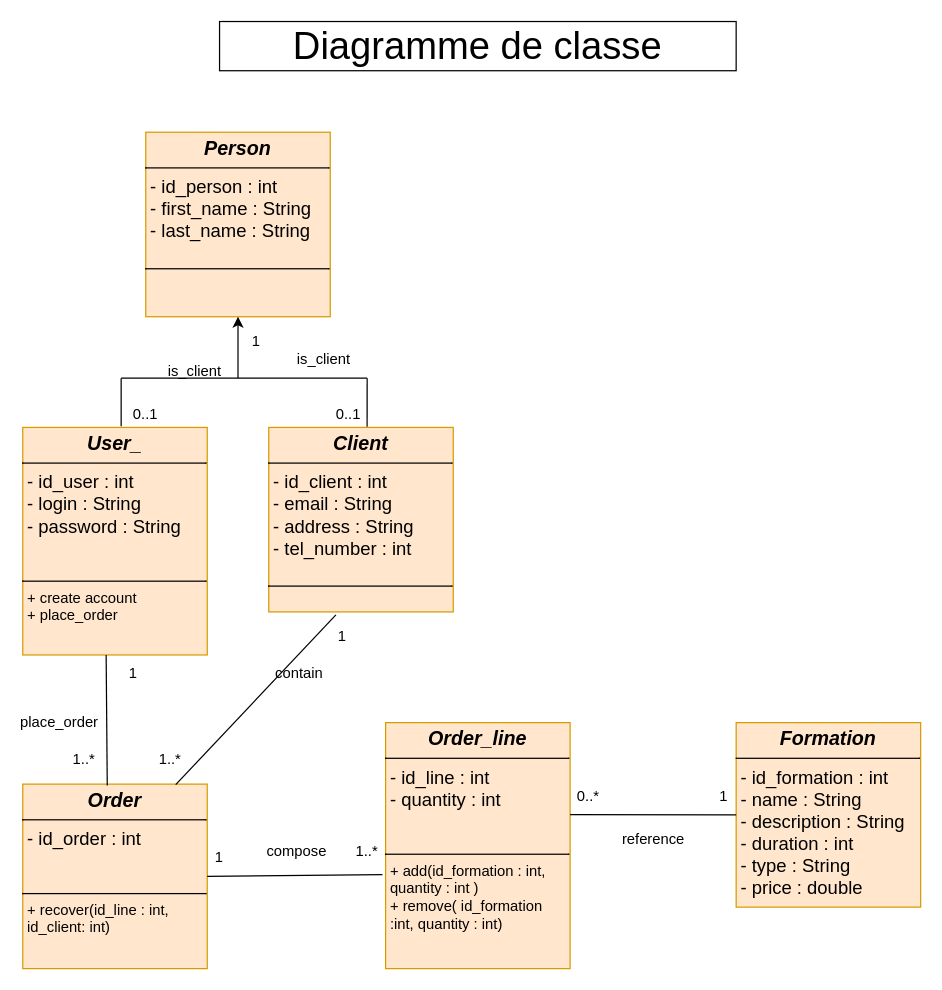
The draw.io diagram page "Diagramme de Classe" (1 of 2) of Conception/Diagrammes/UML_Appli_Formation.drawio in PinsolleP/Evaluation-Appli-Formation, before the edit. Source tidied: cells renumbered, new cells numbered last; positions are measured from the earlier drawing's top-left corner, leaving out a move shared by most shapes. Both pictures are drawn from the tidied source at 123%, with x=0, y=0 at pixel (22, 21).
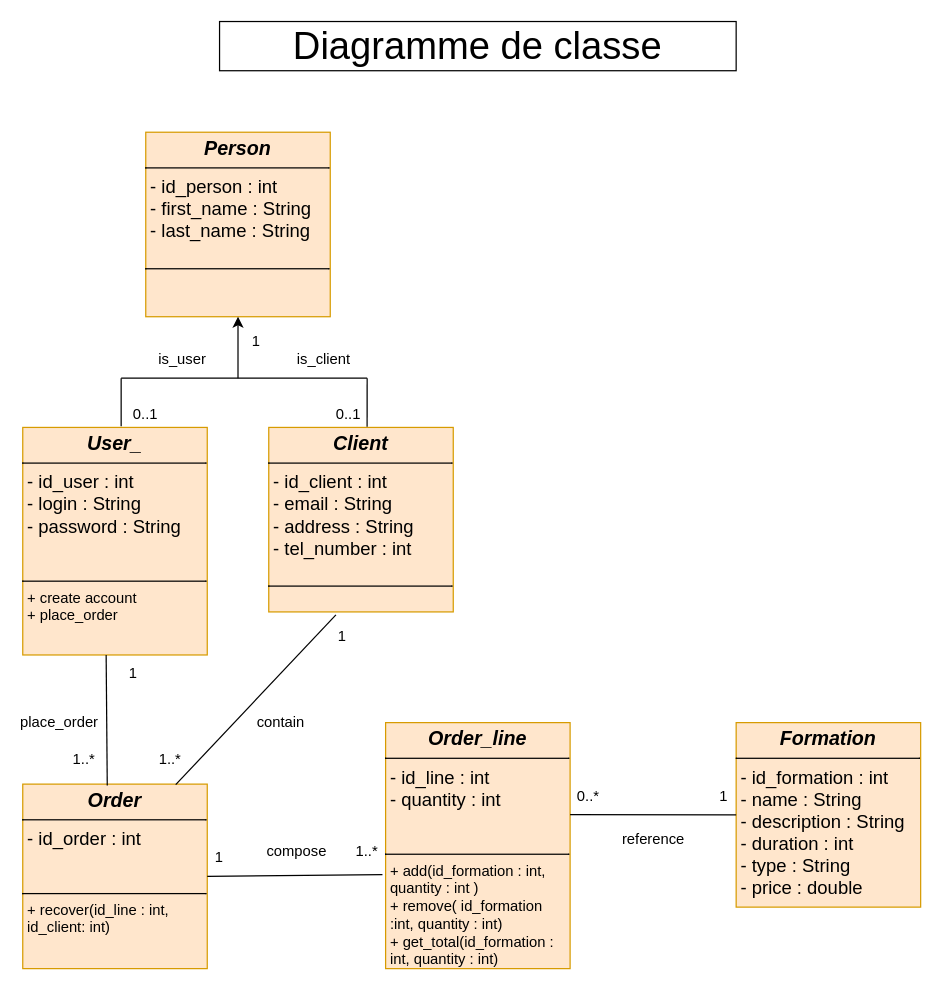
The same page after the edit.

Commit message:
Mise à jour diagramme de classe

The edit, as a diff of the source:
```diff
@@
-    <mxCell id="11" value="&lt;p style=&quot;margin:0px;margin-top:4px;text-align:center;&quot;&gt;&lt;span style=&quot;font-size: 16px;&quot;&gt;&lt;b&gt;&lt;i&gt;Order_line&lt;/i&gt;&lt;/b&gt;&lt;/span&gt;&lt;/p&gt;&lt;hr size=&quot;1&quot; style=&quot;border-style:solid;&quot;&gt;&lt;p style=&quot;margin:0px;margin-left:4px;&quot;&gt;&lt;span style=&quot;font-size: 15px; background-color: transparent; color: light-dark(rgb(0, 0, 0), rgb(255, 255, 255));&quot;&gt;- id_line : int&lt;/span&gt;&lt;/p&gt;&lt;p style=&quot;margin:0px;margin-left:4px;&quot;&gt;&lt;span style=&quot;font-size: 15px;&quot;&gt;- quantity : int&lt;/span&gt;&lt;/p&gt;&lt;p style=&quot;margin:0px;margin-left:4px;&quot;&gt;&lt;br&gt;&lt;/p&gt;&lt;p style=&quot;margin:0px;margin-left:4px;&quot;&gt;&lt;br&gt;&lt;/p&gt;&lt;hr size=&quot;1&quot; style=&quot;border-style:solid;&quot;&gt;&lt;p style=&quot;margin:0px;margin-left:4px;&quot;&gt;+ add(id_formation : int, quantity : int )&lt;/p&gt;&lt;p style=&quot;margin:0px;margin-left:4px;&quot;&gt;+ remove( id_formation :int, quantity : int)&lt;/p&gt;" style="verticalAlign=top;align=left;overflow=fill;html=1;whiteSpace=wrap;fillColor=#ffe6cc;strokeColor=#d79b00;" parent="1" vertex="1">
+    <mxCell id="11" value="&lt;p style=&quot;margin:0px;margin-top:4px;text-align:center;&quot;&gt;&lt;span style=&quot;font-size: 16px;&quot;&gt;&lt;b&gt;&lt;i&gt;Order_line&lt;/i&gt;&lt;/b&gt;&lt;/span&gt;&lt;/p&gt;&lt;hr size=&quot;1&quot; style=&quot;border-style:solid;&quot;&gt;&lt;p style=&quot;margin:0px;margin-left:4px;&quot;&gt;&lt;span style=&quot;font-size: 15px; background-color: transparent; color: light-dark(rgb(0, 0, 0), rgb(255, 255, 255));&quot;&gt;- id_line : int&lt;/span&gt;&lt;/p&gt;&lt;p style=&quot;margin:0px;margin-left:4px;&quot;&gt;&lt;span style=&quot;font-size: 15px;&quot;&gt;- quantity : int&lt;/span&gt;&lt;/p&gt;&lt;p style=&quot;margin:0px;margin-left:4px;&quot;&gt;&lt;br&gt;&lt;/p&gt;&lt;p style=&quot;margin:0px;margin-left:4px;&quot;&gt;&lt;br&gt;&lt;/p&gt;&lt;hr size=&quot;1&quot; style=&quot;border-style:solid;&quot;&gt;&lt;p style=&quot;margin:0px;margin-left:4px;&quot;&gt;+ add(id_formation : int, quantity : int )&lt;/p&gt;&lt;p style=&quot;margin:0px;margin-left:4px;&quot;&gt;+ remove( id_formation :int, quantity : int)&lt;/p&gt;&lt;p style=&quot;margin:0px;margin-left:4px;&quot;&gt;+ get_total(id_formation : int, quantity : int)&lt;/p&gt;" style="verticalAlign=top;align=left;overflow=fill;html=1;whiteSpace=wrap;fillColor=#ffe6cc;strokeColor=#d79b00;" parent="1" vertex="1">
       <mxGeometry x="295" y="570" width="150" height="200" as="geometry" />
     </mxCell>
@@
-    <mxCell id="29" value="is_client" style="text;html=1;whiteSpace=wrap;strokeColor=none;fillColor=none;align=center;verticalAlign=middle;rounded=0;" parent="1" vertex="1">
-      <mxGeometry x="110" y="270" width="60" height="30" as="geometry" />
+    <mxCell id="29" value="is_user" style="text;html=1;whiteSpace=wrap;strokeColor=none;fillColor=none;align=center;verticalAlign=middle;rounded=0;" parent="1" vertex="1">
+      <mxGeometry x="100" y="260" width="60" height="30" as="geometry" />
     </mxCell>
@@
     <mxCell id="31" value="contain" style="text;html=1;whiteSpace=wrap;strokeColor=none;fillColor=none;align=center;verticalAlign=middle;rounded=0;" parent="1" vertex="1">
-      <mxGeometry x="195" y="515" width="60" height="30" as="geometry" />
+      <mxGeometry x="180" y="555" width="60" height="30" as="geometry" />
     </mxCell>
```
